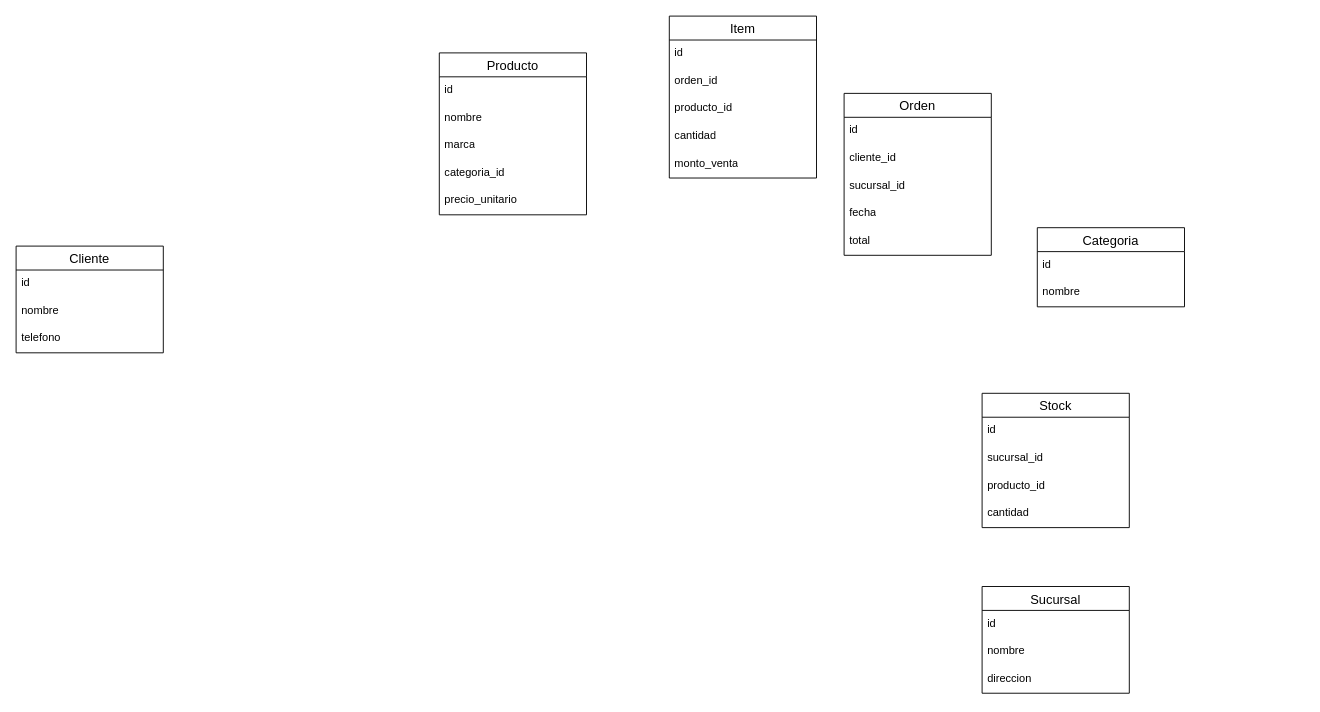
This is disenando la db.drawio from jdsuarez11/repositorio-ada-school, a draw.io file, before an edit. Source tidied: cells renumbered, new cells numbered last; positions are measured from the earlier drawing's top-left corner, leaving out a move shared by most shapes. Both pictures are drawn from the tidied source at 92%, with x=0, y=0 at pixel (16, 16).
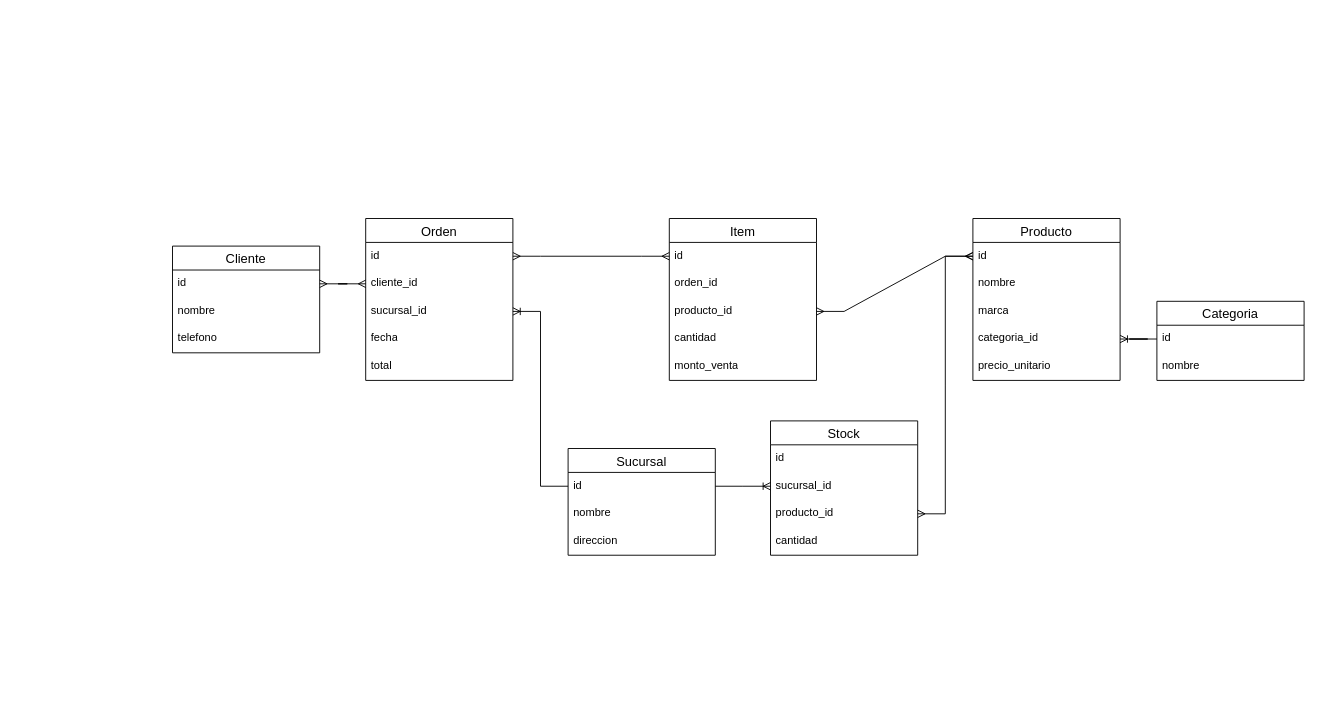
The same diagram, later.

The change refers to these unchanged cells:
```xml
<mxCell id="3" value="id" style="text;strokeColor=none;fillColor=none;spacingLeft=4;spacingRight=4;overflow=hidden;points=[[0,0.5],[1,0.5]];portConstraint=eastwest;fontSize=12;whiteSpace=wrap;html=1;" parent="2" vertex="1">
  <mxGeometry y="26" width="160" height="30" as="geometry" />
</mxCell>
<mxCell id="6" value="id" style="text;strokeColor=none;fillColor=none;spacingLeft=4;spacingRight=4;overflow=hidden;points=[[0,0.5],[1,0.5]];portConstraint=eastwest;fontSize=12;whiteSpace=wrap;html=1;" parent="5" vertex="1">
  <mxGeometry y="26" width="160" height="30" as="geometry" />
</mxCell>
<mxCell id="9" value="categoria_id" style="text;strokeColor=none;fillColor=none;spacingLeft=4;spacingRight=4;overflow=hidden;points=[[0,0.5],[1,0.5]];portConstraint=eastwest;fontSize=12;whiteSpace=wrap;html=1;" parent="5" vertex="1">
  <mxGeometry y="116" width="160" height="30" as="geometry" />
</mxCell>
<mxCell id="12" value="id" style="text;strokeColor=none;fillColor=none;spacingLeft=4;spacingRight=4;overflow=hidden;points=[[0,0.5],[1,0.5]];portConstraint=eastwest;fontSize=12;whiteSpace=wrap;html=1;" parent="11" vertex="1">
  <mxGeometry y="26" width="160" height="30" as="geometry" />
</mxCell>
<mxCell id="17" value="sucursal_id" style="text;strokeColor=none;fillColor=none;spacingLeft=4;spacingRight=4;overflow=hidden;points=[[0,0.5],[1,0.5]];portConstraint=eastwest;fontSize=12;whiteSpace=wrap;html=1;" parent="15" vertex="1">
  <mxGeometry y="56" width="160" height="30" as="geometry" />
</mxCell>
<mxCell id="18" value="producto_id" style="text;strokeColor=none;fillColor=none;spacingLeft=4;spacingRight=4;overflow=hidden;points=[[0,0.5],[1,0.5]];portConstraint=eastwest;fontSize=12;whiteSpace=wrap;html=1;" parent="15" vertex="1">
  <mxGeometry y="86" width="160" height="30" as="geometry" />
</mxCell>
<mxCell id="21" value="id" style="text;strokeColor=none;fillColor=none;spacingLeft=4;spacingRight=4;overflow=hidden;points=[[0,0.5],[1,0.5]];portConstraint=eastwest;fontSize=12;whiteSpace=wrap;html=1;" parent="20" vertex="1">
  <mxGeometry y="26" width="160" height="30" as="geometry" />
</mxCell>
<mxCell id="25" value="id" style="text;strokeColor=none;fillColor=none;spacingLeft=4;spacingRight=4;overflow=hidden;points=[[0,0.5],[1,0.5]];portConstraint=eastwest;fontSize=12;whiteSpace=wrap;html=1;" parent="24" vertex="1">
  <mxGeometry y="26" width="160" height="30" as="geometry" />
</mxCell>
<mxCell id="26" value="cliente_id" style="text;strokeColor=none;fillColor=none;spacingLeft=4;spacingRight=4;overflow=hidden;points=[[0,0.5],[1,0.5]];portConstraint=eastwest;fontSize=12;whiteSpace=wrap;html=1;" parent="24" vertex="1">
  <mxGeometry y="56" width="160" height="30" as="geometry" />
</mxCell>
<mxCell id="27" value="sucursal_id" style="text;strokeColor=none;fillColor=none;spacingLeft=4;spacingRight=4;overflow=hidden;points=[[0,0.5],[1,0.5]];portConstraint=eastwest;fontSize=12;whiteSpace=wrap;html=1;" parent="24" vertex="1">
  <mxGeometry y="86" width="160" height="30" as="geometry" />
</mxCell>
<mxCell id="31" value="id" style="text;strokeColor=none;fillColor=none;spacingLeft=4;spacingRight=4;overflow=hidden;points=[[0,0.5],[1,0.5]];portConstraint=eastwest;fontSize=12;whiteSpace=wrap;html=1;" parent="30" vertex="1">
  <mxGeometry y="26" width="160" height="30" as="geometry" />
</mxCell>
<mxCell id="33" value="producto_id" style="text;strokeColor=none;fillColor=none;spacingLeft=4;spacingRight=4;overflow=hidden;points=[[0,0.5],[1,0.5]];portConstraint=eastwest;fontSize=12;whiteSpace=wrap;html=1;" parent="30" vertex="1">
  <mxGeometry y="86" width="160" height="30" as="geometry" />
</mxCell>
```

Diff of the diagram source:
```diff
@@
     <mxCell id="2" value="Categoria" style="swimlane;fontStyle=0;horizontal=1;startSize=26;align=center;fontSize=14;" parent="1" vertex="1">
-      <mxGeometry x="1110" y="230" width="160" height="86" as="geometry" />
+      <mxGeometry x="1240" y="310" width="160" height="86" as="geometry" />
     </mxCell>
@@
     <mxCell id="5" value="Producto" style="swimlane;fontStyle=0;horizontal=1;startSize=26;align=center;fontSize=14;" parent="1" vertex="1">
-      <mxGeometry x="460" y="40" width="160" height="176" as="geometry" />
+      <mxGeometry x="1040" y="220" width="160" height="176" as="geometry" />
     </mxCell>
@@
     <mxCell id="11" value="Sucursal" style="swimlane;fontStyle=0;horizontal=1;startSize=26;align=center;fontSize=14;" parent="1" vertex="1">
-      <mxGeometry x="1050" y="620" width="160" height="116" as="geometry" />
+      <mxGeometry x="600" y="470" width="160" height="116" as="geometry" />
     </mxCell>
@@
     <mxCell id="15" value="Stock" style="swimlane;fontStyle=0;horizontal=1;startSize=26;align=center;fontSize=14;" parent="1" vertex="1">
-      <mxGeometry x="1050" y="410" width="160" height="146" as="geometry" />
+      <mxGeometry x="820" y="440" width="160" height="146" as="geometry" />
     </mxCell>
@@
     <mxCell id="20" value="Cliente" style="swimlane;fontStyle=0;horizontal=1;startSize=26;align=center;fontSize=14;" parent="1" vertex="1">
-      <mxGeometry y="250" width="160" height="116" as="geometry" />
+      <mxGeometry x="170" y="250" width="160" height="116" as="geometry" />
     </mxCell>
@@
     <mxCell id="24" value="Orden" style="swimlane;fontStyle=0;horizontal=1;startSize=26;align=center;fontSize=14;" parent="1" vertex="1">
-      <mxGeometry x="900" y="84" width="160" height="176" as="geometry" />
+      <mxGeometry x="380" y="220" width="160" height="176" as="geometry" />
     </mxCell>
@@
     <mxCell id="30" value="Item" style="swimlane;fontStyle=0;horizontal=1;startSize=26;align=center;fontSize=14;" parent="1" vertex="1">
-      <mxGeometry x="710" width="160" height="176" as="geometry" />
+      <mxGeometry x="710" y="220" width="160" height="176" as="geometry" />
     </mxCell>
@@
+    <mxCell id="36" style="edgeStyle=entityRelationEdgeStyle;fontSize=12;html=1;endArrow=ERmany;startArrow=ERmany;rounded=0;" parent="1" edge="1" source="21" target="26">
+      <mxGeometry relative="1" as="geometry">
+        <Array as="points">
+          <mxPoint x="420" y="151" />
+        </Array>
+      </mxGeometry>
+    </mxCell>
+    <mxCell id="37" style="edgeStyle=entityRelationEdgeStyle;fontSize=12;html=1;endArrow=ERoneToMany;rounded=0;exitX=0;exitY=0.5;exitDx=0;exitDy=0;entryX=1;entryY=0.5;entryDx=0;entryDy=0;" parent="1" edge="1" source="3" target="9">
+      <mxGeometry relative="1" as="geometry" />
+    </mxCell>
+    <mxCell id="38" style="edgeStyle=entityRelationEdgeStyle;fontSize=12;html=1;endArrow=ERoneToMany;rounded=0;entryX=1;entryY=0.5;entryDx=0;entryDy=0;" parent="1" edge="1" source="12" target="27">
+      <mxGeometry relative="1" as="geometry">
+        <Array as="points">
+          <mxPoint x="730" y="408" />
+        </Array>
+      </mxGeometry>
+    </mxCell>
+    <mxCell id="39" style="edgeStyle=entityRelationEdgeStyle;fontSize=12;html=1;endArrow=ERmany;startArrow=ERmany;rounded=0;entryX=0;entryY=0.5;entryDx=0;entryDy=0;" parent="1" edge="1" source="18" target="6">
+      <mxGeometry relative="1" as="geometry" />
+    </mxCell>
+    <mxCell id="40" style="edgeStyle=entityRelationEdgeStyle;fontSize=12;html=1;endArrow=ERoneToMany;rounded=0;entryX=0;entryY=0.5;entryDx=0;entryDy=0;" parent="1" edge="1" source="12" target="17">
+      <mxGeometry relative="1" as="geometry" />
+    </mxCell>
+    <mxCell id="41" style="edgeStyle=entityRelationEdgeStyle;fontSize=12;html=1;endArrow=ERmany;startArrow=ERmany;rounded=0;" parent="1" edge="1" source="33" target="6">
+      <mxGeometry relative="1" as="geometry" />
+    </mxCell>
+    <mxCell id="42" style="edgeStyle=entityRelationEdgeStyle;fontSize=12;html=1;endArrow=ERmany;startArrow=ERmany;rounded=0;" parent="1" edge="1" source="25" target="31">
+      <mxGeometry relative="1" as="geometry" />
+    </mxCell>
```
